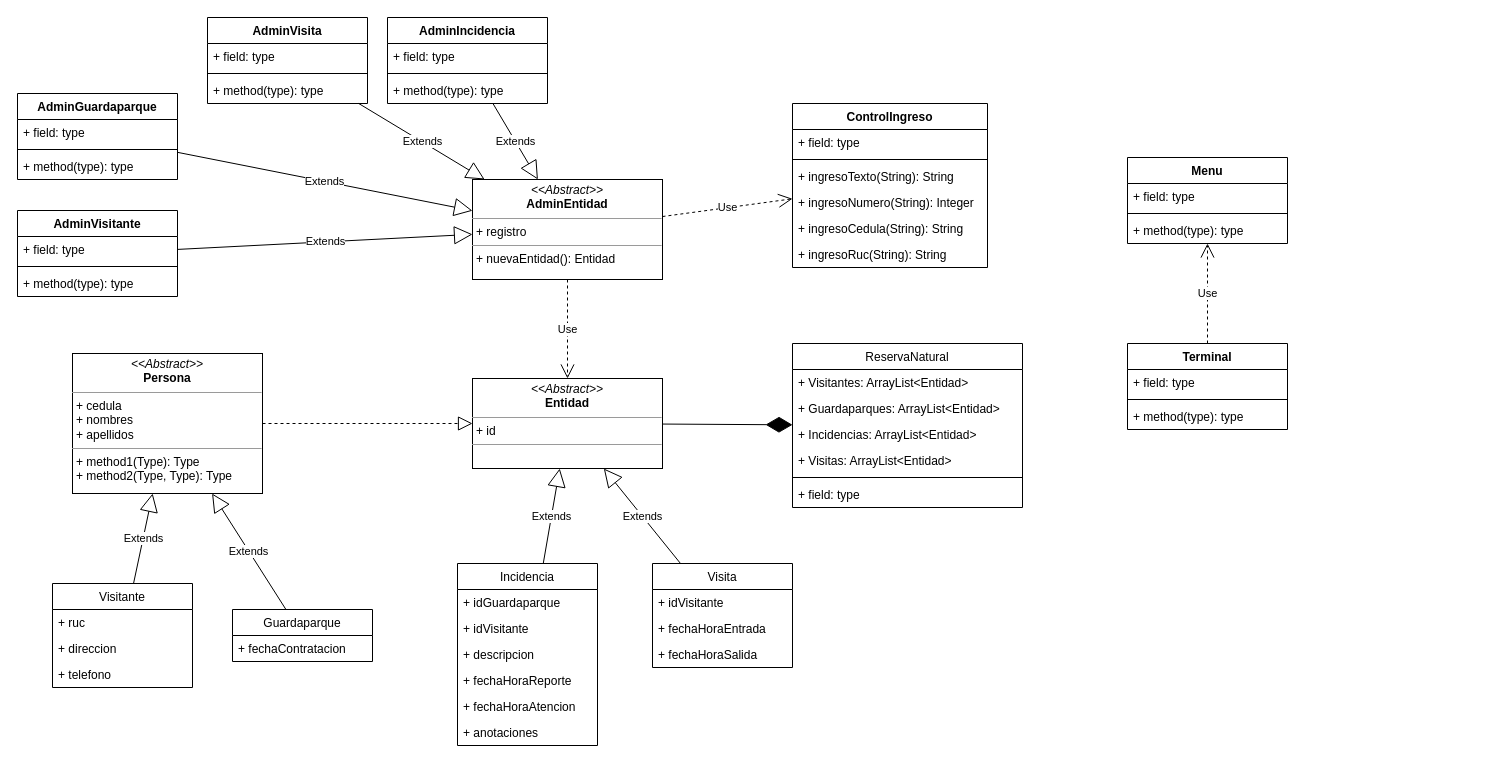
This is page "Page-1" (1 of 2) of solucion.drawio from leninrkb/ReservaNatural, a draw.io file, before an edit. Source tidied: cells renumbered, new cells numbered last; positions are measured from the earlier drawing's top-left corner, leaving out a move shared by most shapes. Both pictures are drawn from the tidied source at 100%, with x=0, y=0 at pixel (17, 17).
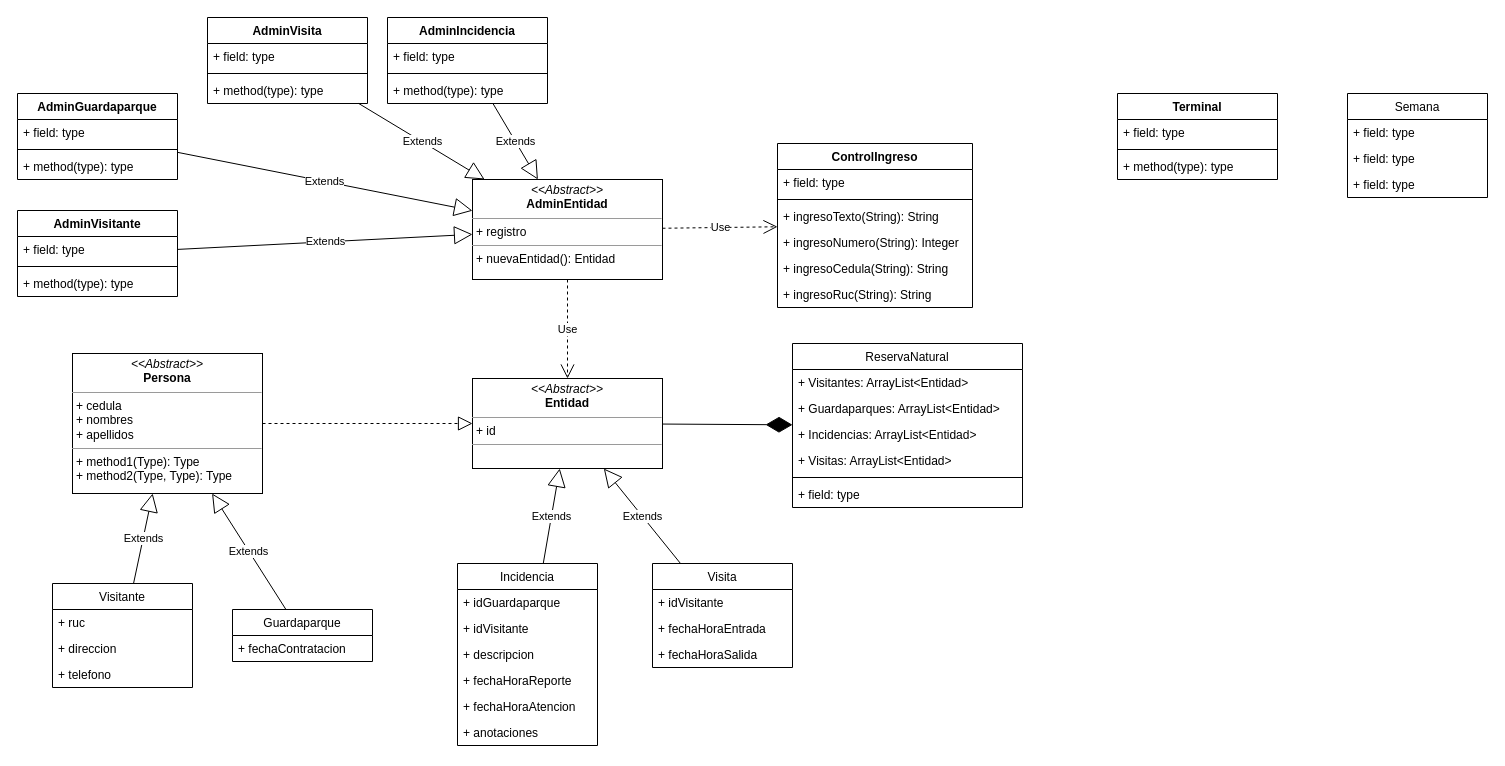
After the change.

Diff of the diagram source:
```diff
@@
     <mxCell id="56" value="ControlIngreso" style="swimlane;fontStyle=1;align=center;verticalAlign=top;horizontal=1;startSize=26;" parent="1" vertex="1">
-      <mxGeometry x="775" y="86" width="195" height="164" as="geometry" />
+      <mxGeometry x="760" y="126" width="195" height="164" as="geometry" />
     </mxCell>
@@
     <mxCell id="64" value="Terminal" style="swimlane;fontStyle=1;align=center;verticalAlign=top;horizontal=1;startSize=26;" parent="1" vertex="1">
-      <mxGeometry x="1110" y="326" width="160" height="86" as="geometry" />
+      <mxGeometry x="1100" y="76" width="160" height="86" as="geometry" />
     </mxCell>
@@
-    <mxCell id="68" value="Menu" style="swimlane;fontStyle=1;align=center;verticalAlign=top;horizontal=1;startSize=26;" parent="1" vertex="1">
-      <mxGeometry x="1110" y="140" width="160" height="86" as="geometry" />
-    </mxCell>
-    <mxCell id="69" value="+ field: type" style="text;strokeColor=none;fillColor=none;align=left;verticalAlign=top;spacingLeft=4;spacingRight=4;overflow=hidden;" parent="68" vertex="1">
-      <mxGeometry y="26" width="160" height="26" as="geometry" />
-    </mxCell>
-    <mxCell id="70" style="line;strokeWidth=1;fillColor=none;align=left;verticalAlign=middle;spacingTop=-1;spacingLeft=3;spacingRight=3;labelPosition=right;strokeColor=inherit;" parent="68" vertex="1">
-      <mxGeometry y="52" width="160" height="8" as="geometry" />
-    </mxCell>
-    <mxCell id="71" value="+ method(type): type" style="text;strokeColor=none;fillColor=none;align=left;verticalAlign=top;spacingLeft=4;spacingRight=4;overflow=hidden;" parent="68" vertex="1">
-      <mxGeometry y="60" width="160" height="26" as="geometry" />
-    </mxCell>
-    <mxCell id="72" value="Use" style="endArrow=open;endSize=12;dashed=1;html=1;" parent="1" edge="1" source="64" target="68">
-      <mxGeometry relative="1" as="geometry" />
-    </mxCell>
+    <mxCell id="73" value="Semana" style="swimlane;fontStyle=0;horizontal=1;startSize=26;fillColor=none;" parent="1" vertex="1">
+      <mxGeometry x="1330" y="76" width="140" height="104" as="geometry" />
+    </mxCell>
+    <mxCell id="74" value="+ field: type" style="text;strokeColor=none;fillColor=none;align=left;verticalAlign=top;spacingLeft=4;spacingRight=4;overflow=hidden;" parent="73" vertex="1">
+      <mxGeometry y="26" width="140" height="26" as="geometry" />
+    </mxCell>
+    <mxCell id="75" value="+ field: type" style="text;strokeColor=none;fillColor=none;align=left;verticalAlign=top;spacingLeft=4;spacingRight=4;overflow=hidden;" parent="73" vertex="1">
+      <mxGeometry y="52" width="140" height="26" as="geometry" />
+    </mxCell>
+    <mxCell id="76" value="+ field: type" style="text;strokeColor=none;fillColor=none;align=left;verticalAlign=top;spacingLeft=4;spacingRight=4;overflow=hidden;" parent="73" vertex="1">
+      <mxGeometry y="78" width="140" height="26" as="geometry" />
+    </mxCell>
```
